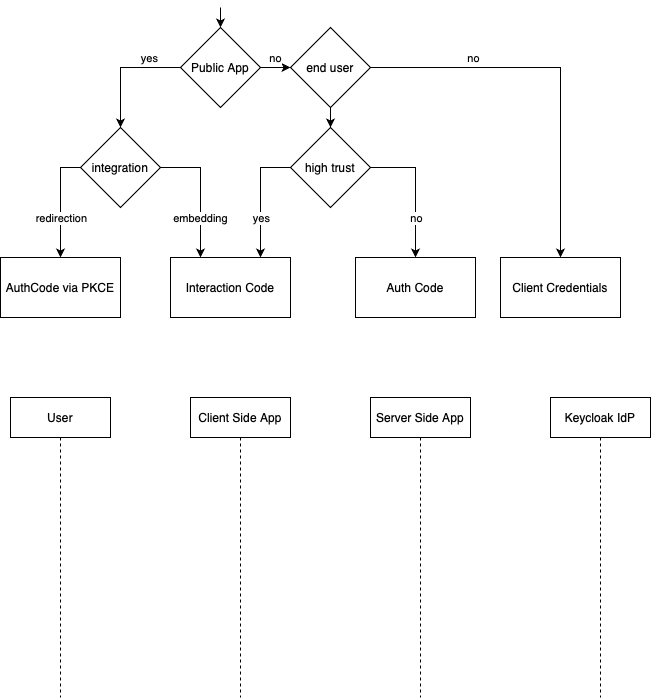
Before: authflows.drawio.png, a diagram exported from draw.io (Cluster-DE/cariad-eng-it-frame-wp02). Source tidied: cells renumbered, new cells last; positions are measured from the earlier drawing's top-left corner, leaving out a move shared by most shapes. The source it was exported from:
```xml
<mxGraphModel>
  <root>
    <mxCell id="0" />
    <mxCell id="1" parent="0" />
    <mxCell id="2" style="edgeStyle=orthogonalEdgeStyle;rounded=0;jettySize=auto;html=1;entryX=0;entryY=0.5;entryDx=0;entryDy=0;" parent="1" edge="1" source="6" target="15">
      <mxGeometry relative="1" as="geometry" />
    </mxCell>
    <mxCell id="3" value="no" style="edgeLabel;html=1;align=center;verticalAlign=middle;" parent="2" vertex="1">
      <mxGeometry x="-0.41" y="2" relative="1" as="geometry">
        <mxPoint x="-1" y="-8" as="offset" />
      </mxGeometry>
    </mxCell>
    <mxCell id="4" style="edgeStyle=orthogonalEdgeStyle;rounded=0;jettySize=auto;html=1;exitX=0;exitY=0.5;exitDx=0;exitDy=0;entryX=0.5;entryY=0;entryDx=0;entryDy=0;" parent="1" edge="1" source="6" target="11">
      <mxGeometry relative="1" as="geometry">
        <Array as="points">
          <mxPoint x="120" y="60" />
        </Array>
      </mxGeometry>
    </mxCell>
    <mxCell id="5" value="yes" style="edgeLabel;html=1;align=center;verticalAlign=middle;" parent="4" vertex="1">
      <mxGeometry x="-0.12" y="-2" relative="1" as="geometry">
        <mxPoint x="21" y="-8" as="offset" />
      </mxGeometry>
    </mxCell>
    <mxCell id="6" value="Public App" style="rhombus;whiteSpace=wrap;html=1;" parent="1" vertex="1">
      <mxGeometry x="180" y="20" width="80" height="80" as="geometry" />
    </mxCell>
    <mxCell id="7" style="edgeStyle=orthogonalEdgeStyle;rounded=0;jettySize=auto;html=1;exitX=0;exitY=0.5;exitDx=0;exitDy=0;" parent="1" edge="1" source="11" target="16">
      <mxGeometry relative="1" as="geometry" />
    </mxCell>
    <mxCell id="8" value="redirection" style="edgeLabel;html=1;align=center;verticalAlign=middle;" parent="7" vertex="1">
      <mxGeometry x="-0.17" y="2" relative="1" as="geometry">
        <mxPoint x="-2" y="24" as="offset" />
      </mxGeometry>
    </mxCell>
    <mxCell id="9" style="edgeStyle=orthogonalEdgeStyle;rounded=0;jettySize=auto;html=1;entryX=0.25;entryY=0;entryDx=0;entryDy=0;" parent="1" edge="1" target="17">
      <mxGeometry relative="1" as="geometry">
        <mxPoint x="160" y="160" as="sourcePoint" />
        <Array as="points">
          <mxPoint x="200" y="160" />
        </Array>
      </mxGeometry>
    </mxCell>
    <mxCell id="10" value="embedding" style="edgeLabel;html=1;align=center;verticalAlign=middle;" parent="9" vertex="1">
      <mxGeometry x="-0.43" relative="1" as="geometry">
        <mxPoint x="3" y="50" as="offset" />
      </mxGeometry>
    </mxCell>
    <mxCell id="11" value="integration" style="rhombus;whiteSpace=wrap;html=1;" parent="1" vertex="1">
      <mxGeometry x="80" y="120" width="80" height="80" as="geometry" />
    </mxCell>
    <mxCell id="12" style="edgeStyle=orthogonalEdgeStyle;rounded=0;jettySize=auto;html=1;entryX=0.5;entryY=0;entryDx=0;entryDy=0;" parent="1" edge="1" source="15" target="18">
      <mxGeometry relative="1" as="geometry" />
    </mxCell>
    <mxCell id="13" value="no" style="edgeLabel;html=1;align=center;verticalAlign=middle;" parent="12" vertex="1">
      <mxGeometry x="-0.48" y="-2" relative="1" as="geometry">
        <mxPoint x="3" y="-12" as="offset" />
      </mxGeometry>
    </mxCell>
    <mxCell id="14" style="edgeStyle=orthogonalEdgeStyle;rounded=0;jettySize=auto;html=1;" parent="1" edge="1" source="15" target="24">
      <mxGeometry relative="1" as="geometry" />
    </mxCell>
    <mxCell id="15" value="end user" style="rhombus;whiteSpace=wrap;html=1;" parent="1" vertex="1">
      <mxGeometry x="290" y="20" width="80" height="80" as="geometry" />
    </mxCell>
    <mxCell id="16" value="AuthCode via PKCE" style="whiteSpace=wrap;html=1;" parent="1" vertex="1">
      <mxGeometry y="250" width="120" height="60" as="geometry" />
    </mxCell>
    <mxCell id="17" value="Interaction Code" style="whiteSpace=wrap;html=1;" parent="1" vertex="1">
      <mxGeometry x="170" y="250" width="120" height="60" as="geometry" />
    </mxCell>
    <mxCell id="18" value="Client Credentials" style="whiteSpace=wrap;html=1;" parent="1" vertex="1">
      <mxGeometry x="500" y="250" width="120" height="60" as="geometry" />
    </mxCell>
    <mxCell id="19" style="endArrow=classic;html=1;rounded=0;entryX=0.5;entryY=0;entryDx=0;entryDy=0;" parent="1" edge="1" target="6">
      <mxGeometry relative="1" as="geometry">
        <mxPoint x="220" as="sourcePoint" />
      </mxGeometry>
    </mxCell>
    <mxCell id="20" style="edgeStyle=orthogonalEdgeStyle;rounded=0;jettySize=auto;html=1;exitX=0;exitY=0.5;exitDx=0;exitDy=0;entryX=0.75;entryY=0;entryDx=0;entryDy=0;" parent="1" edge="1" source="24" target="17">
      <mxGeometry relative="1" as="geometry" />
    </mxCell>
    <mxCell id="21" value="yes" style="edgeLabel;html=1;align=center;verticalAlign=middle;" parent="20" vertex="1">
      <mxGeometry x="-0.17" y="1" relative="1" as="geometry">
        <mxPoint x="-1" y="30" as="offset" />
      </mxGeometry>
    </mxCell>
    <mxCell id="22" style="edgeStyle=orthogonalEdgeStyle;rounded=0;jettySize=auto;html=1;exitX=1;exitY=0.5;exitDx=0;exitDy=0;entryX=0.5;entryY=0;entryDx=0;entryDy=0;" parent="1" edge="1" source="24" target="25">
      <mxGeometry relative="1" as="geometry" />
    </mxCell>
    <mxCell id="23" value="no" style="edgeLabel;html=1;align=center;verticalAlign=middle;" parent="22" vertex="1">
      <mxGeometry x="-0.42" y="2" relative="1" as="geometry">
        <mxPoint x="6" y="52" as="offset" />
      </mxGeometry>
    </mxCell>
    <mxCell id="24" value="high trust" style="rhombus;whiteSpace=wrap;html=1;" parent="1" vertex="1">
      <mxGeometry x="290" y="120" width="80" height="80" as="geometry" />
    </mxCell>
    <mxCell id="25" value="Auth Code" style="whiteSpace=wrap;html=1;" parent="1" vertex="1">
      <mxGeometry x="355" y="250" width="120" height="60" as="geometry" />
    </mxCell>
    <mxCell id="26" value="User" style="shape=umlLifeline;perimeter=lifelinePerimeter;whiteSpace=wrap;html=1;newEdgeStyle={&quot;curved&quot;:0,&quot;rounded&quot;:0};" parent="1" vertex="1">
      <mxGeometry x="10" y="390" width="100" height="300" as="geometry" />
    </mxCell>
    <mxCell id="27" value="Client Side App" style="shape=umlLifeline;perimeter=lifelinePerimeter;whiteSpace=wrap;html=1;newEdgeStyle={&quot;curved&quot;:0,&quot;rounded&quot;:0};" parent="1" vertex="1">
      <mxGeometry x="190" y="390" width="100" height="300" as="geometry" />
    </mxCell>
    <mxCell id="28" value="Server Side App" style="shape=umlLifeline;perimeter=lifelinePerimeter;whiteSpace=wrap;html=1;newEdgeStyle={&quot;curved&quot;:0,&quot;rounded&quot;:0};" parent="1" vertex="1">
      <mxGeometry x="370" y="390" width="100" height="300" as="geometry" />
    </mxCell>
    <mxCell id="29" value="Keycloak IdP" style="shape=umlLifeline;perimeter=lifelinePerimeter;whiteSpace=wrap;html=1;newEdgeStyle={&quot;curved&quot;:0,&quot;rounded&quot;:0};" parent="1" vertex="1">
      <mxGeometry x="550" y="390" width="100" height="300" as="geometry" />
    </mxCell>
  </root>
</mxGraphModel>
```
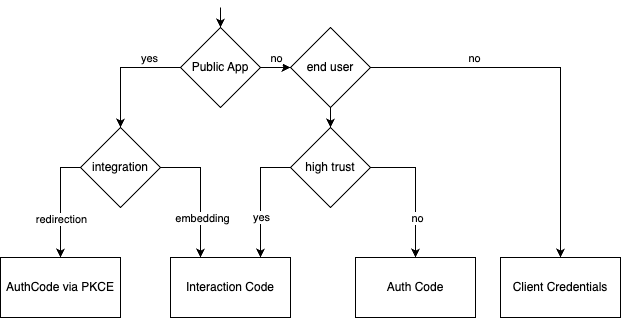
After the change.

Commit message:
added pkce auth flow

What changed in the source:
```diff
@@ -99,17 +99,5 @@
     <mxCell id="25" value="Auth Code" style="whiteSpace=wrap;html=1;" parent="1" vertex="1">
       <mxGeometry x="355" y="250" width="120" height="60" as="geometry" />
     </mxCell>
-    <mxCell id="26" value="User" style="shape=umlLifeline;perimeter=lifelinePerimeter;whiteSpace=wrap;html=1;newEdgeStyle={&quot;curved&quot;:0,&quot;rounded&quot;:0};" parent="1" vertex="1">
-      <mxGeometry x="10" y="390" width="100" height="300" as="geometry" />
-    </mxCell>
-    <mxCell id="27" value="Client Side App" style="shape=umlLifeline;perimeter=lifelinePerimeter;whiteSpace=wrap;html=1;newEdgeStyle={&quot;curved&quot;:0,&quot;rounded&quot;:0};" parent="1" vertex="1">
-      <mxGeometry x="190" y="390" width="100" height="300" as="geometry" />
-    </mxCell>
-    <mxCell id="28" value="Server Side App" style="shape=umlLifeline;perimeter=lifelinePerimeter;whiteSpace=wrap;html=1;newEdgeStyle={&quot;curved&quot;:0,&quot;rounded&quot;:0};" parent="1" vertex="1">
-      <mxGeometry x="370" y="390" width="100" height="300" as="geometry" />
-    </mxCell>
-    <mxCell id="29" value="Keycloak IdP" style="shape=umlLifeline;perimeter=lifelinePerimeter;whiteSpace=wrap;html=1;newEdgeStyle={&quot;curved&quot;:0,&quot;rounded&quot;:0};" parent="1" vertex="1">
-      <mxGeometry x="550" y="390" width="100" height="300" as="geometry" />
-    </mxCell>
   </root>
 </mxGraphModel>
```
